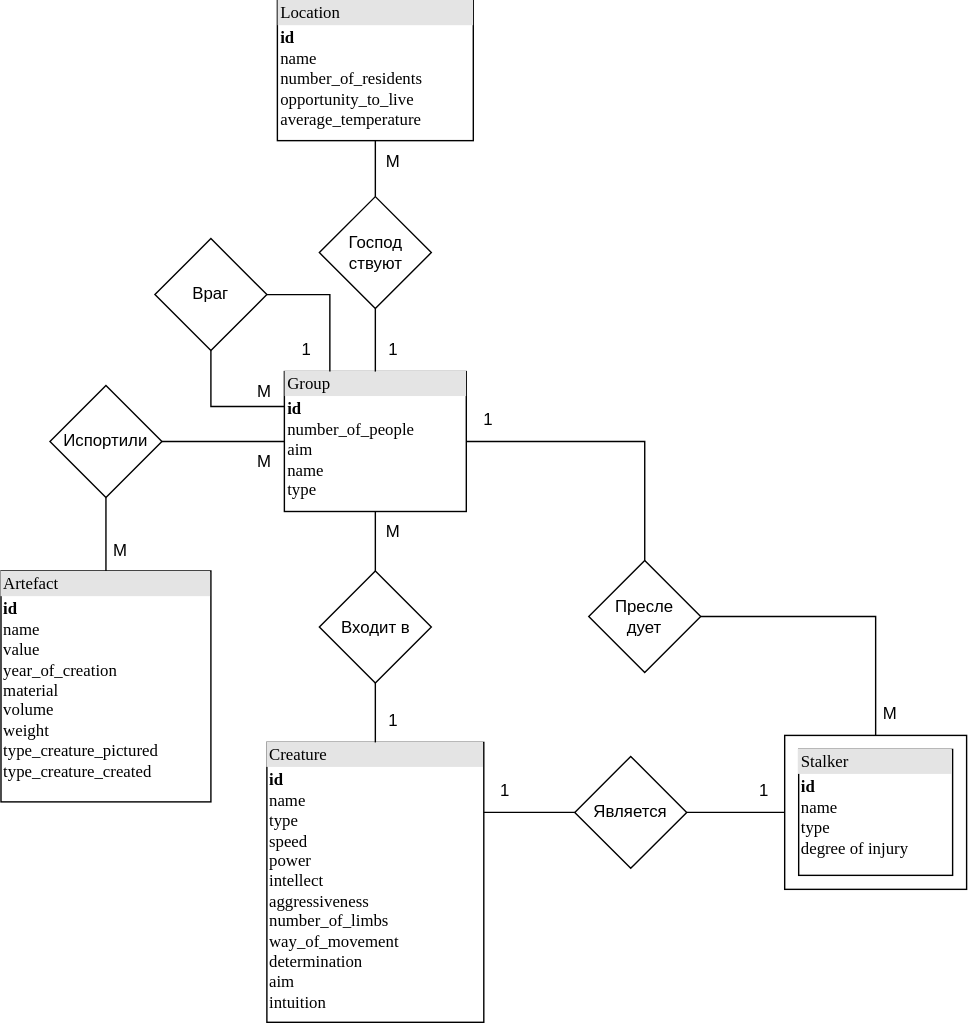
The draw.io diagram info.svg in stanislav-shchetinin/DB.lab1.itmo, before a commit. Source tidied: cells renumbered, new cells last; positions are measured from the earlier drawing's top-left corner, leaving out a move shared by most shapes.
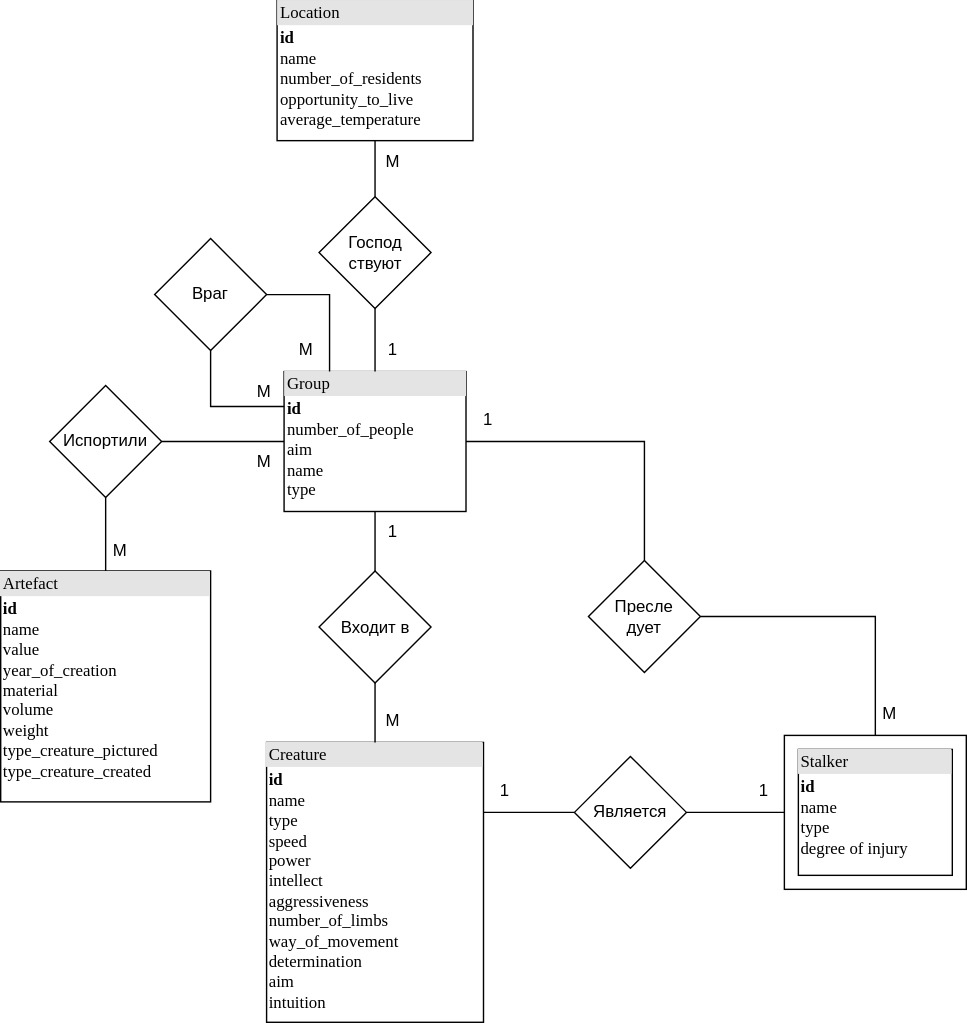
Above is the later version.

Commit message:
update info model

What changed in the source:
```diff
@@ -53,12 +53,9 @@
     <mxCell id="18" style="endArrow=none;html=1;rounded=0;entryX=0.5;entryY=1;entryDx=0;entryDy=0;exitX=0.5;exitY=0;exitDx=0;exitDy=0;" parent="1" edge="1" source="10" target="2">
       <mxGeometry relative="1" as="geometry" />
     </mxCell>
-    <mxCell id="19" value="1" style="text;html=1;align=center;verticalAlign=middle;strokeColor=none;fillColor=none;" parent="1" vertex="1">
+    <mxCell id="19" value="M" style="text;html=1;align=center;verticalAlign=middle;strokeColor=none;fillColor=none;" parent="1" vertex="1">
       <mxGeometry x="265" y="500" width="30" height="30" as="geometry" />
     </mxCell>
-    <mxCell id="20" value="М" style="text;html=1;align=center;verticalAlign=middle;strokeColor=none;fillColor=none;" parent="1" vertex="1">
-      <mxGeometry x="265" y="365" width="30" height="30" as="geometry" />
-    </mxCell>
     <mxCell id="21" value="Пресле&lt;br&gt;дует" style="rhombus;whiteSpace=wrap;html=1;" parent="1" vertex="1">
       <mxGeometry x="420" y="400" width="80" height="80" as="geometry" />
     </mxCell>
@@ -123,11 +120,14 @@
         </Array>
       </mxGeometry>
     </mxCell>
-    <mxCell id="37" value="1" style="text;html=1;align=center;verticalAlign=middle;strokeColor=none;fillColor=none;" parent="1" vertex="1">
+    <mxCell id="37" value="M" style="text;html=1;align=center;verticalAlign=middle;strokeColor=none;fillColor=none;" parent="1" vertex="1">
       <mxGeometry x="202.5" y="235" width="30" height="30" as="geometry" />
     </mxCell>
     <mxCell id="38" value="М" style="text;html=1;align=center;verticalAlign=middle;strokeColor=none;fillColor=none;" parent="1" vertex="1">
       <mxGeometry x="172.5" y="265" width="30" height="30" as="geometry" />
     </mxCell>
+    <mxCell id="39" value="1" style="text;html=1;align=center;verticalAlign=middle;strokeColor=none;fillColor=none;" parent="1" vertex="1">
+      <mxGeometry x="265" y="365" width="30" height="30" as="geometry" />
+    </mxCell>
   </root>
 </mxGraphModel>
```
